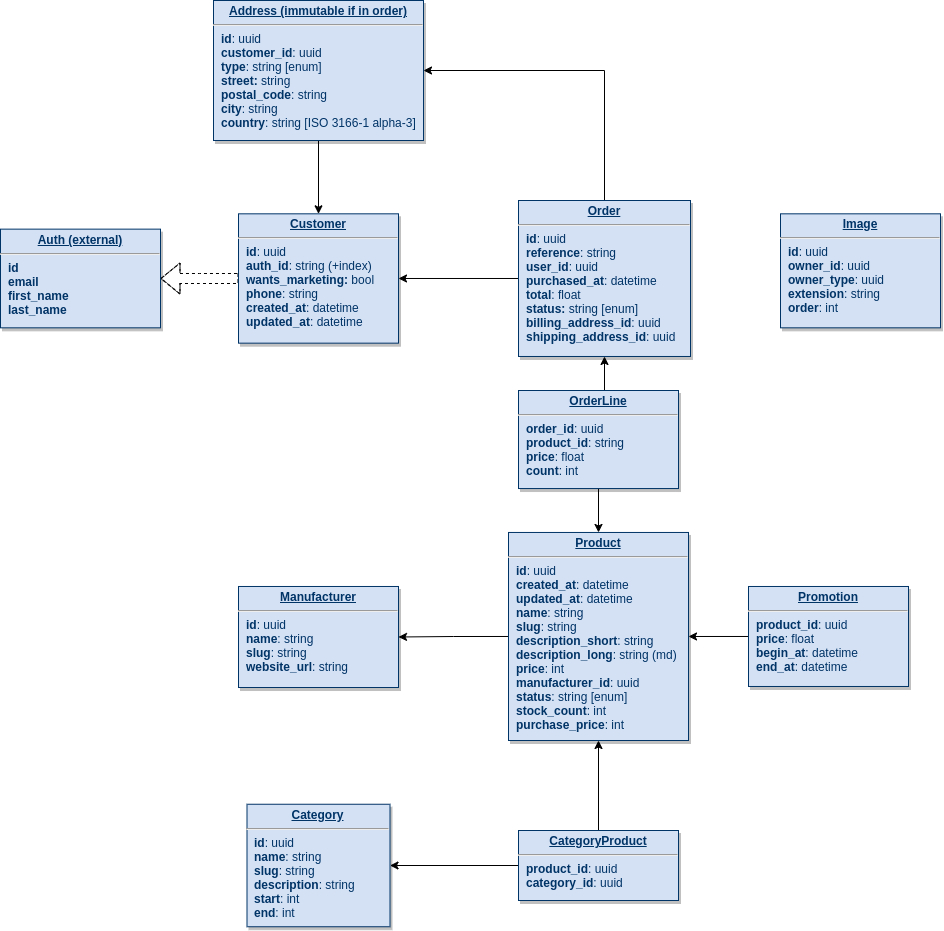
Above: docs/db.png in JenswBE/go-commerce (draw.io), before the change. Source tidied: cells renumbered, new cells last; positions are measured from the earlier drawing's top-left corner, leaving out a move shared by most shapes.
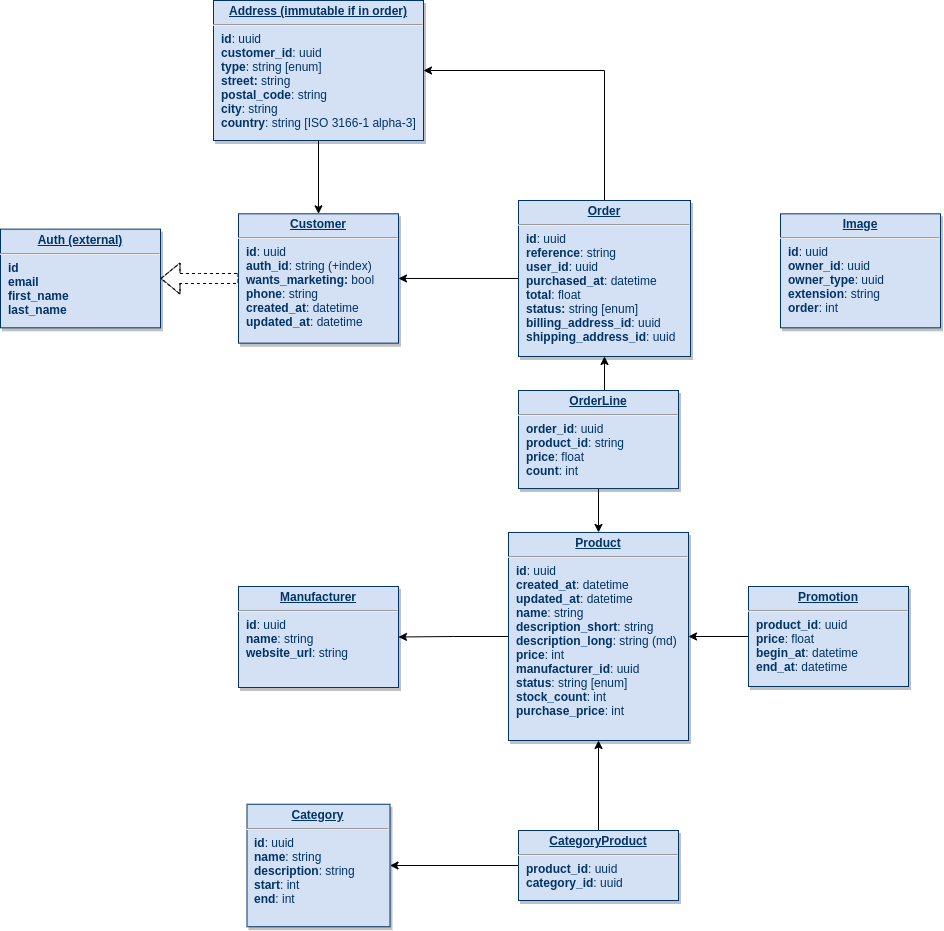
Later version of the same file.

Commit message:
Docs: Update data model

Diff of the diagram source:
```diff
@@ -11,10 +11,10 @@
     <mxCell id="4" style="edgeStyle=orthogonalEdgeStyle;rounded=0;jettySize=auto;html=1;entryX=1;entryY=0.5;entryDx=0;entryDy=0;exitX=0;exitY=0.5;exitDx=0;exitDy=0;" parent="1" edge="1" source="5" target="10">
       <mxGeometry relative="1" as="geometry" />
     </mxCell>
-    <mxCell id="5" value="&lt;p style=&quot;margin: 0px ; margin-top: 4px ; text-align: center ; text-decoration: underline&quot;&gt;&lt;strong&gt;Product&lt;/strong&gt;&lt;/p&gt;&lt;hr&gt;&lt;p style=&quot;margin: 0px ; margin-left: 8px&quot;&gt;&lt;b&gt;id&lt;/b&gt;: uuid&lt;/p&gt;&lt;p style=&quot;margin: 0px 0px 0px 8px&quot;&gt;&lt;b&gt;created_at&lt;/b&gt;: datetime&lt;/p&gt;&lt;p style=&quot;margin: 0px 0px 0px 8px&quot;&gt;&lt;b&gt;updated_at&lt;/b&gt;: datetime&lt;/p&gt;&lt;p style=&quot;margin: 0px ; margin-left: 8px&quot;&gt;&lt;b&gt;name&lt;/b&gt;: string&lt;/p&gt;&lt;p style=&quot;margin: 0px ; margin-left: 8px&quot;&gt;&lt;b&gt;slug&lt;/b&gt;: string&lt;/p&gt;&lt;p style=&quot;margin: 0px ; margin-left: 8px&quot;&gt;&lt;b&gt;description_short&lt;/b&gt;: string&lt;/p&gt;&lt;p style=&quot;margin: 0px ; margin-left: 8px&quot;&gt;&lt;b&gt;description_long&lt;/b&gt;: string (md)&lt;br&gt;&lt;/p&gt;&lt;p style=&quot;margin: 0px ; margin-left: 8px&quot;&gt;&lt;b&gt;price&lt;/b&gt;: int&lt;/p&gt;&lt;p style=&quot;margin: 0px ; margin-left: 8px&quot;&gt;&lt;b&gt;manufacturer_id&lt;/b&gt;: uuid&lt;/p&gt;&lt;p style=&quot;margin: 0px ; margin-left: 8px&quot;&gt;&lt;b&gt;status&lt;/b&gt;: string [enum]&lt;/p&gt;&lt;p style=&quot;margin: 0px ; margin-left: 8px&quot;&gt;&lt;b&gt;stock_count&lt;/b&gt;: int&lt;br&gt;&lt;/p&gt;&lt;p style=&quot;margin: 0px ; margin-left: 8px&quot;&gt;&lt;b&gt;purchase_price&lt;/b&gt;: int&lt;/p&gt;" style="verticalAlign=top;align=left;overflow=fill;fontSize=12;fontFamily=Helvetica;html=1;strokeColor=#003366;shadow=1;fillColor=#D4E1F5;fontColor=#003366;" parent="1" vertex="1">
+    <mxCell id="5" value="&lt;p style=&quot;margin: 0px ; margin-top: 4px ; text-align: center ; text-decoration: underline&quot;&gt;&lt;strong&gt;Product&lt;/strong&gt;&lt;/p&gt;&lt;hr&gt;&lt;p style=&quot;margin: 0px ; margin-left: 8px&quot;&gt;&lt;b&gt;id&lt;/b&gt;: uuid&lt;/p&gt;&lt;p style=&quot;margin: 0px 0px 0px 8px&quot;&gt;&lt;b&gt;created_at&lt;/b&gt;: datetime&lt;/p&gt;&lt;p style=&quot;margin: 0px 0px 0px 8px&quot;&gt;&lt;b&gt;updated_at&lt;/b&gt;: datetime&lt;/p&gt;&lt;p style=&quot;margin: 0px ; margin-left: 8px&quot;&gt;&lt;b&gt;name&lt;/b&gt;: string&lt;/p&gt;&lt;p style=&quot;margin: 0px ; margin-left: 8px&quot;&gt;&lt;b&gt;description_short&lt;/b&gt;&lt;span&gt;: string&lt;/span&gt;&lt;br&gt;&lt;/p&gt;&lt;p style=&quot;margin: 0px ; margin-left: 8px&quot;&gt;&lt;b&gt;description_long&lt;/b&gt;: string (md)&lt;br&gt;&lt;/p&gt;&lt;p style=&quot;margin: 0px ; margin-left: 8px&quot;&gt;&lt;b&gt;price&lt;/b&gt;: int&lt;/p&gt;&lt;p style=&quot;margin: 0px ; margin-left: 8px&quot;&gt;&lt;b&gt;manufacturer_id&lt;/b&gt;: uuid&lt;/p&gt;&lt;p style=&quot;margin: 0px ; margin-left: 8px&quot;&gt;&lt;b&gt;status&lt;/b&gt;: string [enum]&lt;/p&gt;&lt;p style=&quot;margin: 0px ; margin-left: 8px&quot;&gt;&lt;b&gt;stock_count&lt;/b&gt;: int&lt;br&gt;&lt;/p&gt;&lt;p style=&quot;margin: 0px ; margin-left: 8px&quot;&gt;&lt;b&gt;purchase_price&lt;/b&gt;: int&lt;/p&gt;" style="verticalAlign=top;align=left;overflow=fill;fontSize=12;fontFamily=Helvetica;html=1;strokeColor=#003366;shadow=1;fillColor=#D4E1F5;fontColor=#003366;" parent="1" vertex="1">
       <mxGeometry x="508" y="532" width="180" height="208" as="geometry" />
     </mxCell>
-    <mxCell id="6" value="&lt;p style=&quot;margin: 0px ; margin-top: 4px ; text-align: center ; text-decoration: underline&quot;&gt;&lt;strong&gt;Category&lt;/strong&gt;&lt;/p&gt;&lt;hr&gt;&lt;p style=&quot;margin: 0px ; margin-left: 8px&quot;&gt;&lt;b&gt;id&lt;/b&gt;: uuid&lt;/p&gt;&lt;p style=&quot;margin: 0px ; margin-left: 8px&quot;&gt;&lt;b&gt;name&lt;/b&gt;: string&lt;/p&gt;&lt;p style=&quot;margin: 0px ; margin-left: 8px&quot;&gt;&lt;b&gt;slug&lt;/b&gt;: string&lt;/p&gt;&lt;p style=&quot;margin: 0px ; margin-left: 8px&quot;&gt;&lt;b&gt;description&lt;/b&gt;: string&lt;/p&gt;&lt;p style=&quot;margin: 0px ; margin-left: 8px&quot;&gt;&lt;b&gt;start&lt;/b&gt;&lt;span&gt;: int&lt;/span&gt;&lt;br&gt;&lt;/p&gt;&lt;p style=&quot;margin: 0px ; margin-left: 8px&quot;&gt;&lt;b&gt;end&lt;/b&gt;: int&lt;/p&gt;&lt;p style=&quot;margin: 0px ; margin-left: 8px&quot;&gt;&lt;br&gt;&lt;/p&gt;" style="verticalAlign=top;align=left;overflow=fill;fontSize=12;fontFamily=Helvetica;html=1;strokeColor=#003366;shadow=1;fillColor=#D4E1F5;fontColor=#003366;" parent="1" vertex="1">
+    <mxCell id="6" value="&lt;p style=&quot;margin: 0px ; margin-top: 4px ; text-align: center ; text-decoration: underline&quot;&gt;&lt;strong&gt;Category&lt;/strong&gt;&lt;/p&gt;&lt;hr&gt;&lt;p style=&quot;margin: 0px ; margin-left: 8px&quot;&gt;&lt;b&gt;id&lt;/b&gt;: uuid&lt;/p&gt;&lt;p style=&quot;margin: 0px ; margin-left: 8px&quot;&gt;&lt;b&gt;name&lt;/b&gt;: string&lt;/p&gt;&lt;p style=&quot;margin: 0px ; margin-left: 8px&quot;&gt;&lt;b&gt;description&lt;/b&gt;&lt;span&gt;: string&lt;/span&gt;&lt;br&gt;&lt;/p&gt;&lt;p style=&quot;margin: 0px ; margin-left: 8px&quot;&gt;&lt;b&gt;start&lt;/b&gt;&lt;span&gt;: int&lt;/span&gt;&lt;br&gt;&lt;/p&gt;&lt;p style=&quot;margin: 0px ; margin-left: 8px&quot;&gt;&lt;b&gt;end&lt;/b&gt;: int&lt;/p&gt;&lt;p style=&quot;margin: 0px ; margin-left: 8px&quot;&gt;&lt;br&gt;&lt;/p&gt;" style="verticalAlign=top;align=left;overflow=fill;fontSize=12;fontFamily=Helvetica;html=1;strokeColor=#003366;shadow=1;fillColor=#D4E1F5;fontColor=#003366;" parent="1" vertex="1">
       <mxGeometry x="246.5" y="803.8" width="143" height="122.5" as="geometry" />
     </mxCell>
     <mxCell id="7" style="edgeStyle=orthogonalEdgeStyle;rounded=0;jettySize=auto;html=1;entryX=0.5;entryY=1;entryDx=0;entryDy=0;" parent="1" edge="1" source="9" target="5">
@@ -26,7 +26,7 @@
     <mxCell id="9" value="&lt;p style=&quot;margin: 0px ; margin-top: 4px ; text-align: center ; text-decoration: underline&quot;&gt;&lt;strong&gt;CategoryProduct&lt;/strong&gt;&lt;/p&gt;&lt;hr&gt;&lt;p style=&quot;margin: 0px ; margin-left: 8px&quot;&gt;&lt;b&gt;product_id&lt;/b&gt;: uuid&lt;br&gt;&lt;/p&gt;&lt;p style=&quot;margin: 0px ; margin-left: 8px&quot;&gt;&lt;b&gt;category_id&lt;/b&gt;: uuid&lt;/p&gt;" style="verticalAlign=top;align=left;overflow=fill;fontSize=12;fontFamily=Helvetica;html=1;strokeColor=#003366;shadow=1;fillColor=#D4E1F5;fontColor=#003366;" parent="1" vertex="1">
       <mxGeometry x="518" y="830" width="160" height="70" as="geometry" />
     </mxCell>
-    <mxCell id="10" value="&lt;p style=&quot;margin: 0px ; margin-top: 4px ; text-align: center ; text-decoration: underline&quot;&gt;&lt;strong&gt;Manufacturer&lt;/strong&gt;&lt;/p&gt;&lt;hr&gt;&lt;p style=&quot;margin: 0px ; margin-left: 8px&quot;&gt;&lt;b&gt;id&lt;/b&gt;: uuid&lt;/p&gt;&lt;p style=&quot;margin: 0px ; margin-left: 8px&quot;&gt;&lt;b&gt;name&lt;/b&gt;: string&lt;/p&gt;&lt;p style=&quot;margin: 0px ; margin-left: 8px&quot;&gt;&lt;b&gt;slug&lt;/b&gt;: string&lt;/p&gt;&lt;p style=&quot;margin: 0px ; margin-left: 8px&quot;&gt;&lt;b&gt;website_url&lt;/b&gt;: string&lt;/p&gt;" style="verticalAlign=top;align=left;overflow=fill;fontSize=12;fontFamily=Helvetica;html=1;strokeColor=#003366;shadow=1;fillColor=#D4E1F5;fontColor=#003366;" parent="1" vertex="1">
+    <mxCell id="10" value="&lt;p style=&quot;margin: 0px ; margin-top: 4px ; text-align: center ; text-decoration: underline&quot;&gt;&lt;strong&gt;Manufacturer&lt;/strong&gt;&lt;/p&gt;&lt;hr&gt;&lt;p style=&quot;margin: 0px ; margin-left: 8px&quot;&gt;&lt;b&gt;id&lt;/b&gt;: uuid&lt;/p&gt;&lt;p style=&quot;margin: 0px ; margin-left: 8px&quot;&gt;&lt;b&gt;name&lt;/b&gt;: string&lt;/p&gt;&lt;p style=&quot;margin: 0px ; margin-left: 8px&quot;&gt;&lt;b&gt;website_url&lt;/b&gt;&lt;span&gt;: string&lt;/span&gt;&lt;br&gt;&lt;/p&gt;" style="verticalAlign=top;align=left;overflow=fill;fontSize=12;fontFamily=Helvetica;html=1;strokeColor=#003366;shadow=1;fillColor=#D4E1F5;fontColor=#003366;" parent="1" vertex="1">
       <mxGeometry x="238" y="586" width="160" height="101" as="geometry" />
     </mxCell>
     <mxCell id="11" style="edgeStyle=orthogonalEdgeStyle;rounded=0;jettySize=auto;html=1;entryX=1;entryY=0.5;entryDx=0;entryDy=0;" parent="1" edge="1" source="13" target="3">
```
